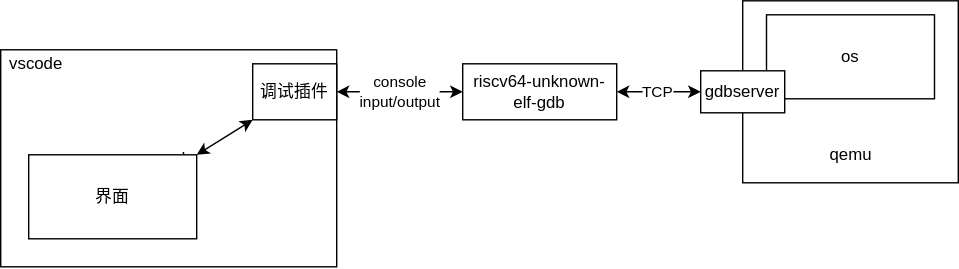
Earlier version of the draw.io export overview.drawio.svg (chenzhiy2001/core-debugger). Source tidied: cells renumbered, new cells last; positions are measured from the earlier drawing's top-left corner, leaving out a move shared by most shapes.
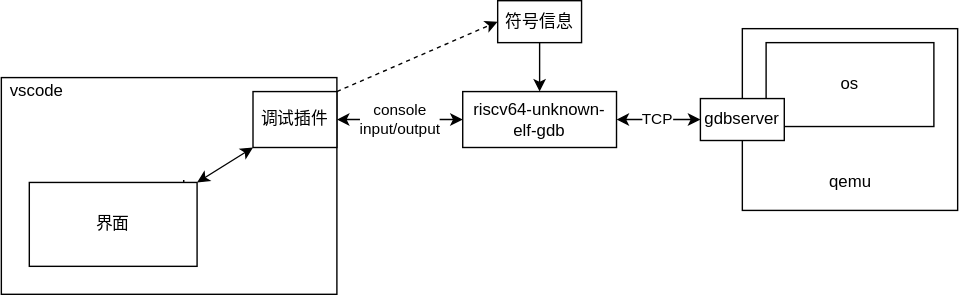
The same diagram one commit later.

Change to the diagram source:
```diff
@@ -34,6 +34,9 @@
     <mxCell id="11" style="edgeStyle=none;html=1;exitX=0;exitY=1;exitDx=0;exitDy=0;entryX=1;entryY=0;entryDx=0;entryDy=0;startArrow=classic;startFill=1;" parent="1" edge="1" source="12" target="13">
       <mxGeometry relative="1" as="geometry" />
     </mxCell>
+    <mxCell id="15" style="edgeStyle=none;html=1;exitX=1;exitY=0;exitDx=0;exitDy=0;entryX=0;entryY=0.5;entryDx=0;entryDy=0;dashed=1;" parent="1" edge="1" source="12" target="17">
+      <mxGeometry relative="1" as="geometry" />
+    </mxCell>
     <mxCell id="12" value="调试插件" style="whiteSpace=wrap;html=1;" parent="1" vertex="1">
       <mxGeometry x="180" y="45" width="60" height="40" as="geometry" />
     </mxCell>
@@ -43,5 +46,11 @@
     <mxCell id="14" value="vscode" style="text;html=1;align=center;verticalAlign=middle;strokeColor=none;fillColor=none;" parent="1" vertex="1">
       <mxGeometry y="35" width="50" height="20" as="geometry" />
     </mxCell>
+    <mxCell id="16" style="edgeStyle=none;html=1;exitX=0.5;exitY=1;exitDx=0;exitDy=0;entryX=0.5;entryY=0;entryDx=0;entryDy=0;" parent="1" edge="1" source="17" target="10">
+      <mxGeometry relative="1" as="geometry" />
+    </mxCell>
+    <mxCell id="17" value="符号信息" style="whiteSpace=wrap;html=1;" parent="1" vertex="1">
+      <mxGeometry x="355" y="-20" width="60" height="30" as="geometry" />
+    </mxCell>
   </root>
 </mxGraphModel>
```
